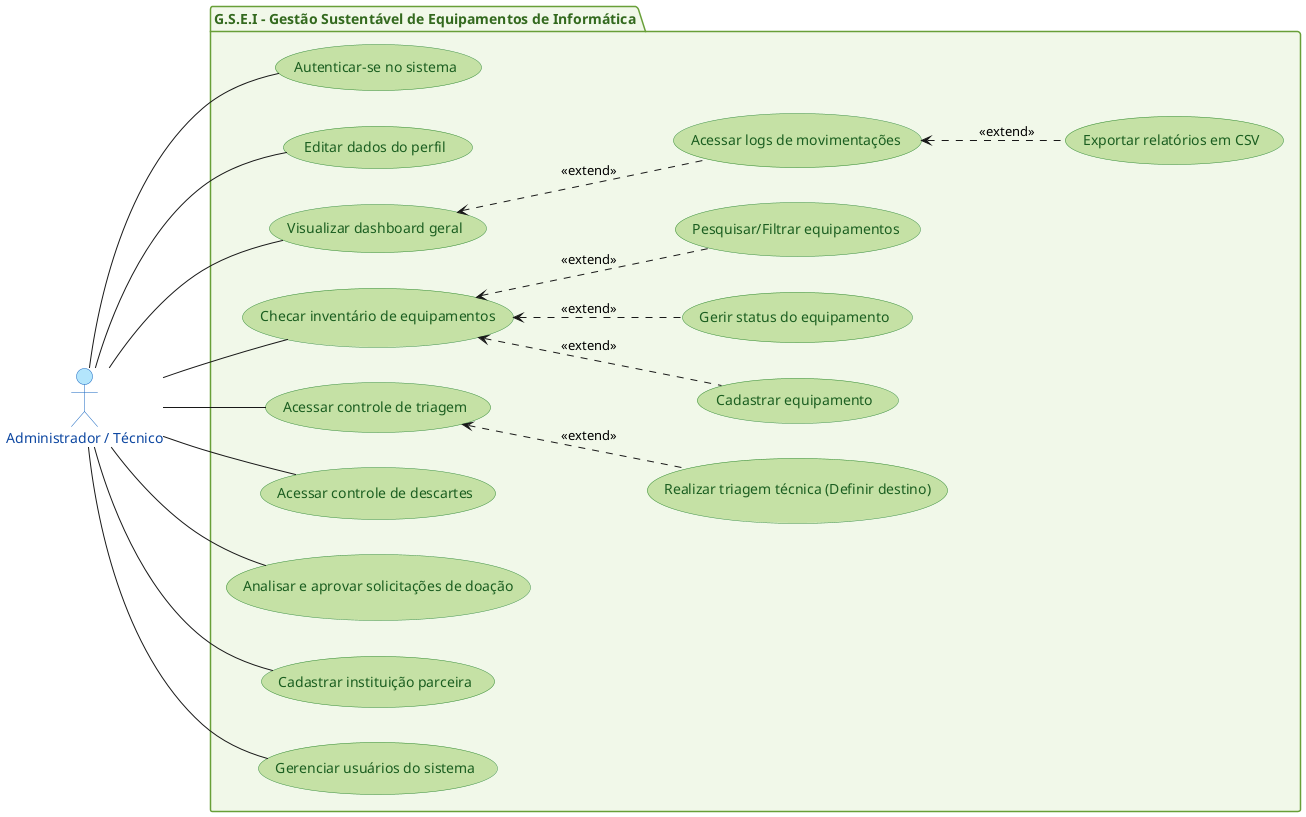
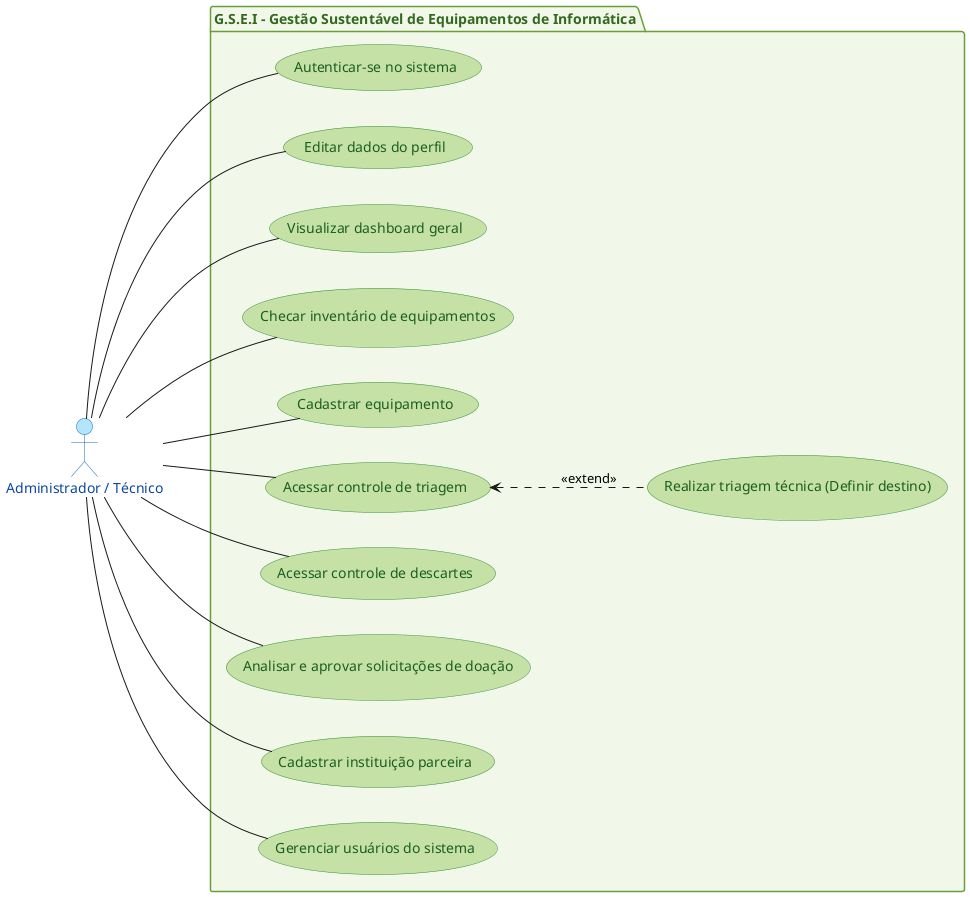
@startuml
!define LIGHTGREEN #c5e1a5
!define LIGHTBLUE #b3e5fc
!define LIGHTORANGE #ffe0b2
!define WHITE #ffffff

left to right direction

skinparam backgroundColor WHITE
skinparam usecase {
  BackgroundColor LIGHTGREEN
  BorderColor #388e3c
  FontColor #1b5e20
}

skinparam actor {
  BackgroundColor LIGHTBLUE
  BorderColor #1565c0
  FontColor #0d47a1
}

skinparam package {
  BackgroundColor #f1f8e9
  BorderColor #689f38
  FontColor #33691e
}

' Atores do Sistema
actor "Administrador / Técnico" as ADM

package "G.S.E.I - Gestão Sustentável de Equipamentos de Informática" {

  ' Casos de Uso Gerais / Autenticação
  usecase "Autenticar-se no sistema" as UC01
  usecase "Editar dados do perfil" as UC15

  ' Casos de Uso do Administrador / Técnico (Interno)
  usecase "Visualizar dashboard geral" as UC02
-   usecase "Acessar logs de movimentações" as UC06
  usecase "Checar inventário de equipamentos" as UC10
  usecase "Cadastrar equipamento" as UC03
-   usecase "Gerir status do equipamento" as UC08
-   usecase "Pesquisar/Filtrar equipamentos" as UC12
  usecase "Acessar controle de triagem" as UC09
  usecase "Realizar triagem técnica (Definir destino)" as UC05
  usecase "Acessar controle de descartes" as UC11
  usecase "Analisar e aprovar solicitações de doação" as UC13
  usecase "Cadastrar instituição parceira" as UC04
  usecase "Gerenciar usuários do sistema" as UC16
-   usecase "Exportar relatórios em CSV" as UC14

  ' Associações do Administrador / Técnico
  ADM -- UC01
  ADM -- UC15
  ADM -- UC02
  ADM -- UC10
  ADM -- UC09
  ADM -- UC13
  ADM -- UC11
  ADM -- UC04
  ADM -- UC16
+   ADM -- UC03

  ' Relacionamentos entre Casos de Uso (extends / includes)
-   UC10 <.. UC03 : <<extend>>
-   UC10 <.. UC08 : <<extend>>
-   UC10 <.. UC12 : <<extend>>
- 
-   UC02 <.. UC06 : <<extend>>
-   UC06 <.. UC14 : <<extend>>
- 
  UC09 <.. UC05 : <<extend>>
}

@enduml
